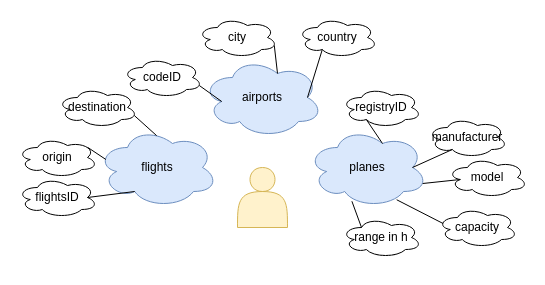
Above: Radek/airline.drawio in RdkSki/FE14-MYSQL2-Radek-Henry (draw.io), before the change. Source tidied: cells renumbered, new cells numbered last; positions are measured from the earlier drawing's top-left corner, leaving out a move shared by most shapes. Both pictures are drawn from the tidied source at 100%, with x=0, y=0 at pixel (17, 17).
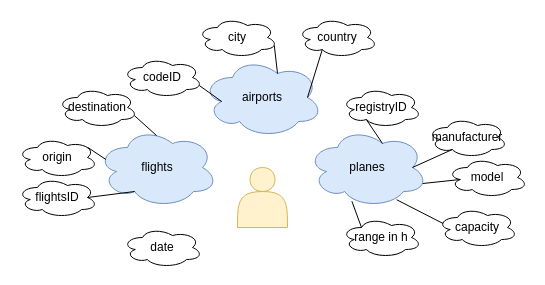
Above is the later version.

Change to the diagram source:
```diff
@@
+    <mxCell id="28" value="date" style="ellipse;shape=cloud;whiteSpace=wrap;html=1;fontColor=default;strokeColor=default;fillColor=default;" parent="1" vertex="1">
+      <mxGeometry x="105" y="210" width="80" height="40" as="geometry" />
+    </mxCell>
```
